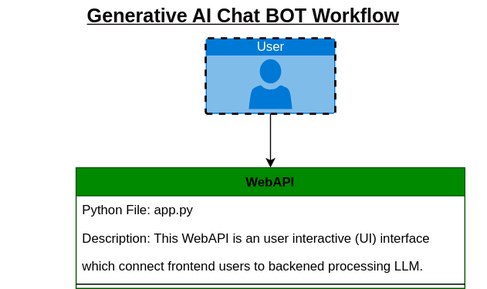
amitoshacharya/Generative-AI-Project keeps this draw.io diagram as Project- GenAI_Chat_Bot/WorkFlow/ProjectWorkFlow.svg. Above is the earlier version. Source tidied: cells renumbered, new cells last; positions are measured from the earlier drawing's top-left corner, leaving out a move shared by most shapes.
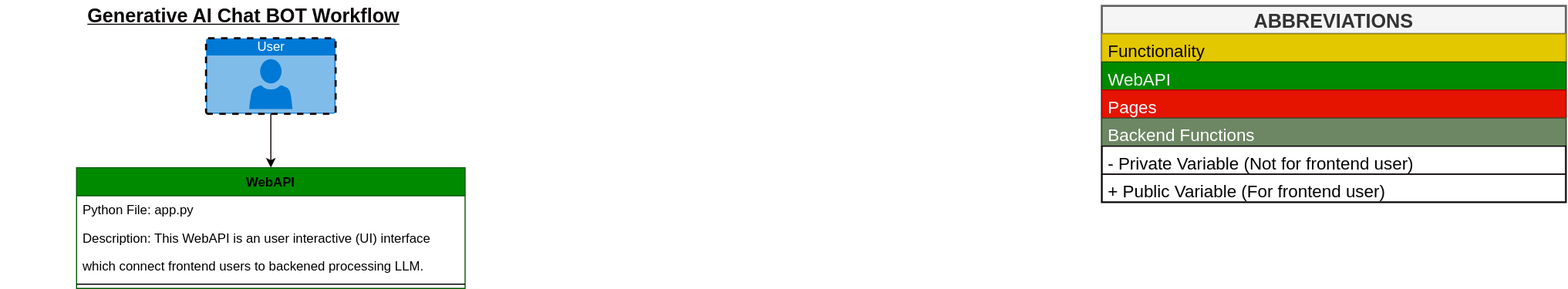
Later version of the same file.

Diff of the diagram source:
```diff
@@ -26,5 +26,26 @@
     <mxCell id="9" value="User" style="html=1;strokeColor=#0e0101;fillColor=#0079D6;labelPosition=center;verticalLabelPosition=middle;verticalAlign=top;align=center;fontSize=12;outlineConnect=0;spacingTop=-6;fontColor=#FFFFFF;sketch=0;shape=mxgraph.sitemap.user;dashed=1;strokeWidth=2;" parent="1" vertex="1">
       <mxGeometry x="190" y="35" width="120" height="70" as="geometry" />
     </mxCell>
+    <mxCell id="10" value="ABBREVIATIONS" style="swimlane;fontStyle=1;horizontal=1;startSize=26;fontColor=#333333;labelBackgroundColor=none;fontSize=18;strokeWidth=2;strokeColor=#666666;fillColor=#f5f5f5;" parent="1" vertex="1">
+      <mxGeometry x="1020" y="5" width="430" height="182" as="geometry" />
+    </mxCell>
+    <mxCell id="11" value="Functionality" style="text;strokeColor=#B09500;fillColor=#e3c800;align=left;verticalAlign=top;spacingLeft=4;spacingRight=4;overflow=hidden;fontColor=#0b0404;fontSize=16;fontStyle=0;strokeWidth=1;" parent="10" vertex="1">
+      <mxGeometry y="26" width="430" height="26" as="geometry" />
+    </mxCell>
+    <mxCell id="12" value="WebAPI" style="text;strokeColor=#005700;fillColor=#008a00;align=left;verticalAlign=top;spacingLeft=4;spacingRight=4;overflow=hidden;fontColor=#f5f5f5;fontSize=16;fontStyle=0;strokeWidth=1;" parent="10" vertex="1">
+      <mxGeometry y="52" width="430" height="26" as="geometry" />
+    </mxCell>
+    <mxCell id="13" value="Pages" style="text;strokeColor=#B20000;fillColor=#e51400;align=left;verticalAlign=top;spacingLeft=4;spacingRight=4;overflow=hidden;fontColor=#ffffff;fontSize=16;fontStyle=0;strokeWidth=1;" parent="10" vertex="1">
+      <mxGeometry y="78" width="430" height="26" as="geometry" />
+    </mxCell>
+    <mxCell id="14" value="Backend Functions" style="text;strokeColor=#3A5431;fillColor=#6d8764;align=left;verticalAlign=top;spacingLeft=4;spacingRight=4;overflow=hidden;fontColor=#ffffff;fontSize=16;fontStyle=0;strokeWidth=1;" parent="10" vertex="1">
+      <mxGeometry y="104" width="430" height="26" as="geometry" />
+    </mxCell>
+    <mxCell id="15" value="- Private Variable (Not for frontend user)" style="text;strokeColor=#090202;fillColor=none;align=left;verticalAlign=top;spacingLeft=4;spacingRight=4;overflow=hidden;fontColor=#040101;fontSize=16;fontStyle=0;strokeWidth=1;" parent="10" vertex="1">
+      <mxGeometry y="130" width="430" height="26" as="geometry" />
+    </mxCell>
+    <mxCell id="16" value="+ Public Variable (For frontend user)" style="text;strokeColor=#090202;fillColor=none;align=left;verticalAlign=top;spacingLeft=4;spacingRight=4;overflow=hidden;fontColor=#040101;fontSize=16;fontStyle=0;strokeWidth=1;" parent="10" vertex="1">
+      <mxGeometry y="156" width="430" height="26" as="geometry" />
+    </mxCell>
   </root>
 </mxGraphModel>
```
